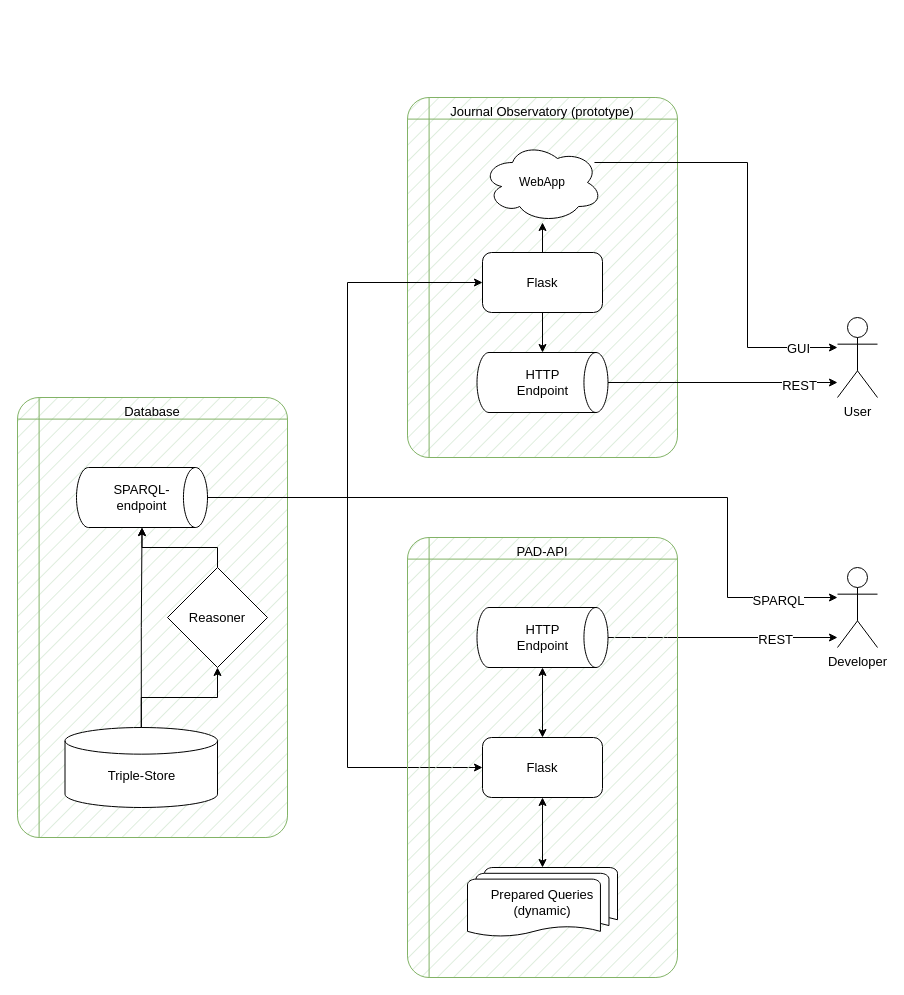
CWTSLeiden/Journal-Observatory-data keeps this draw.io diagram as page "Prototype" (2 of 3) of docs/job_prototype.drawio. Above is the earlier version. Source tidied: cells renumbered, new cells numbered last; positions are measured from the earlier drawing's top-left corner, leaving out a move shared by most shapes. Both pictures are drawn from the tidied source at 100%, with x=0, y=0 at pixel (17, 97).
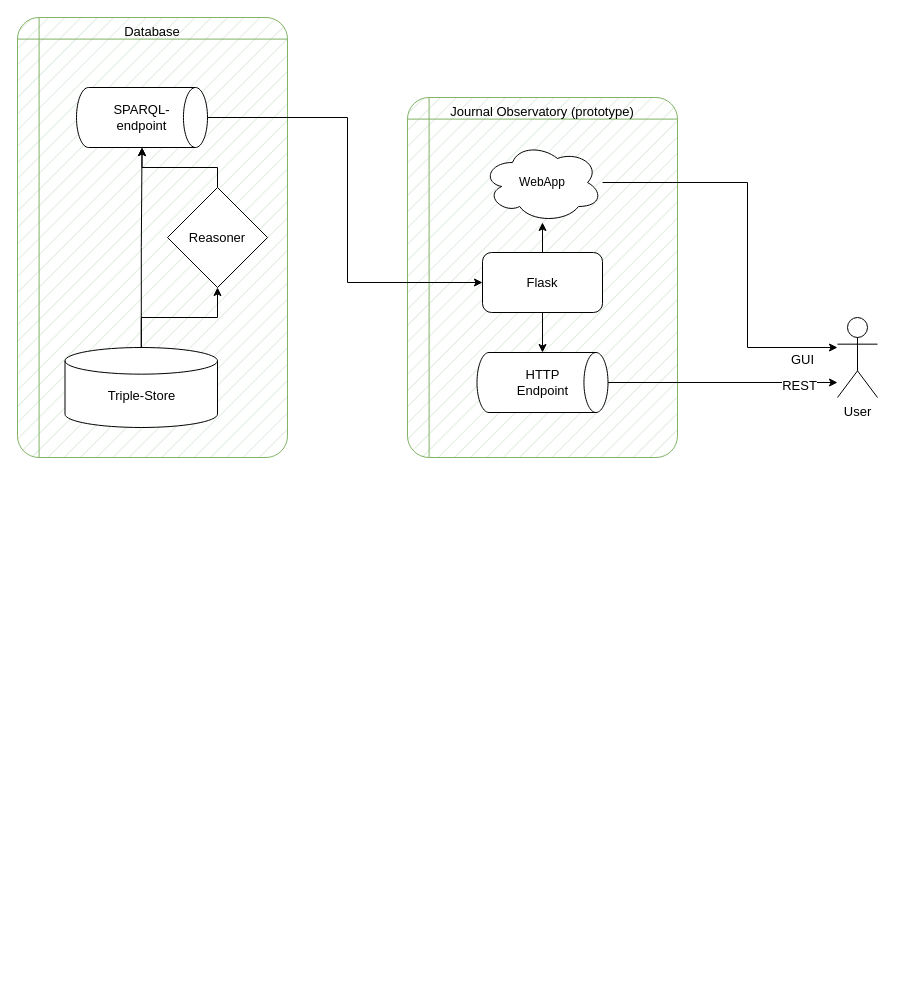
After the change.

Unchanged cells that the change refers to:
```xml
<mxCell id="5" value="SPARQL-&lt;br style=&quot;font-size: 13px;&quot;&gt;endpoint" style="strokeWidth=1;html=1;shape=mxgraph.flowchart.direct_data;whiteSpace=wrap;fontFamily=Helvetica;fontSize=13;fillColor=default;fontStyle=0;" parent="2" vertex="1">
  <mxGeometry x="59" y="70" width="131" height="60" as="geometry" />
</mxCell>
<mxCell id="16" value="Flask" style="rounded=1;whiteSpace=wrap;html=1;fillStyle=auto;fontFamily=Helvetica;fontSize=13;strokeWidth=1;fontStyle=0;" parent="13" vertex="1">
  <mxGeometry x="75" y="155" width="120" height="60" as="geometry" />
</mxCell>
<mxCell id="19" value="WebApp" style="ellipse;shape=cloud;whiteSpace=wrap;html=1;" parent="13" vertex="1">
  <mxGeometry x="75" y="45" width="120" height="80" as="geometry" />
</mxCell>
<mxCell id="20" value="User" style="shape=umlActor;verticalLabelPosition=bottom;verticalAlign=top;html=1;outlineConnect=0;fontSize=13;" parent="1" vertex="1">
  <mxGeometry x="820" y="220" width="40" height="80" as="geometry" />
</mxCell>
```

What changed in the source:
```diff
@@
     <mxCell id="2" style="group;fontSize=13;fontStyle=0;" parent="1" vertex="1">
-      <mxGeometry y="300" width="270" height="440" as="geometry" />
+      <mxGeometry y="-80" width="270" height="440" as="geometry" />
     </mxCell>
@@
-    <mxCell id="10" style="edgeStyle=orthogonalEdgeStyle;rounded=0;jettySize=auto;html=1;fontFamily=Helvetica;fontSize=13;fontStyle=0;" parent="1" edge="1" source="31" target="21">
-      <mxGeometry relative="1" as="geometry">
-        <Array as="points">
-          <mxPoint x="650" y="540" />
-          <mxPoint x="650" y="540" />
-        </Array>
-      </mxGeometry>
-    </mxCell>
-    <mxCell id="11" value="REST" style="edgeLabel;html=1;align=right;verticalAlign=middle;fontSize=13;fontFamily=Helvetica;fontStyle=0;" parent="10" vertex="1">
-      <mxGeometry x="0.87" y="-1" relative="1" as="geometry">
-        <mxPoint x="-30" as="offset" />
-      </mxGeometry>
-    </mxCell>
-    <mxCell id="12" style="edgeStyle=orthogonalEdgeStyle;rounded=0;jettySize=auto;html=1;fontFamily=Helvetica;fontSize=13;fontStyle=0;" parent="1" edge="1" source="5" target="35">
-      <mxGeometry relative="1" as="geometry">
-        <Array as="points">
-          <mxPoint x="330" y="400" />
-          <mxPoint x="330" y="670" />
-        </Array>
-      </mxGeometry>
-    </mxCell>
@@
-    <mxCell id="21" value="Developer" style="shape=umlActor;verticalLabelPosition=bottom;verticalAlign=top;html=1;outlineConnect=0;fontSize=13;" parent="1" vertex="1">
-      <mxGeometry x="820" y="470" width="40" height="80" as="geometry" />
-    </mxCell>
     <mxCell id="22" style="edgeStyle=orthogonalEdgeStyle;rounded=0;jettySize=auto;html=1;" parent="1" edge="1" source="5" target="16">
       <mxGeometry relative="1" as="geometry">
         <Array as="points">
-          <mxPoint x="330" y="400" />
+          <mxPoint x="330" y="20" />
           <mxPoint x="330" y="185" />
         </Array>
       </mxGeometry>
     </mxCell>
-    <mxCell id="23" style="edgeStyle=orthogonalEdgeStyle;rounded=0;jettySize=auto;html=1;fontFamily=Helvetica;fontSize=13;fontStyle=0;" parent="1" edge="1" source="5" target="21">
-      <mxGeometry relative="1" as="geometry">
-        <Array as="points">
-          <mxPoint x="710" y="400" />
-          <mxPoint x="710" y="500" />
-        </Array>
-      </mxGeometry>
-    </mxCell>
-    <mxCell id="24" value="SPARQL" style="edgeLabel;html=1;align=center;verticalAlign=middle;fontSize=13;" parent="23" vertex="1">
-      <mxGeometry x="0.9" y="-2" relative="1" as="geometry">
-        <mxPoint x="-24" as="offset" />
-      </mxGeometry>
-    </mxCell>
@@
     <mxCell id="27" style="edgeStyle=orthogonalEdgeStyle;rounded=0;jettySize=auto;html=1;" parent="1" edge="1" source="19" target="20">
       <mxGeometry relative="1" as="geometry">
         <Array as="points">
-          <mxPoint x="730" y="65" />
+          <mxPoint x="730" y="85" />
           <mxPoint x="730" y="250" />
         </Array>
       </mxGeometry>
     </mxCell>
@@
-    <mxCell id="29" style="group;" parent="1" vertex="1">
-      <mxGeometry x="390" y="440" width="270" height="440" as="geometry" />
-    </mxCell>
-    <mxCell id="30" value="&lt;div style=&quot;font-size: 13px;&quot;&gt;&lt;span style=&quot;background-color: initial; font-size: 13px;&quot;&gt;PAD-API&lt;/span&gt;&lt;/div&gt;" style="shape=internalStorage;whiteSpace=wrap;html=1;dx=15;dy=15;rounded=1;arcSize=8;strokeWidth=1;fontFamily=Helvetica;fontSize=13;align=center;verticalAlign=top;fillColor=#d5e8d4;fillStyle=hatch;strokeColor=#82b366;fontStyle=0;" parent="29" vertex="1">
-      <mxGeometry width="270" height="440" as="geometry" />
-    </mxCell>
-    <mxCell id="31" value="HTTP&lt;br style=&quot;font-size: 13px;&quot;&gt;Endpoint" style="strokeWidth=1;html=1;shape=mxgraph.flowchart.direct_data;whiteSpace=wrap;fontFamily=Helvetica;fontSize=13;fillColor=default;fontStyle=0;" parent="29" vertex="1">
-      <mxGeometry x="69.5" y="70" width="131" height="60" as="geometry" />
-    </mxCell>
-    <mxCell id="32" value="Prepared Queries&lt;br style=&quot;font-size: 13px;&quot;&gt;(dynamic)" style="strokeWidth=1;html=1;shape=mxgraph.flowchart.multi-document;whiteSpace=wrap;fillStyle=auto;fontFamily=Helvetica;fontSize=13;fontStyle=0;" parent="29" vertex="1">
-      <mxGeometry x="60" y="330" width="150" height="70" as="geometry" />
-    </mxCell>
-    <mxCell id="33" style="edgeStyle=orthogonalEdgeStyle;rounded=0;jettySize=auto;html=1;fontFamily=Helvetica;fontSize=13;startArrow=classic;startFill=1;fontStyle=0;" parent="29" edge="1" source="35" target="31">
-      <mxGeometry relative="1" as="geometry" />
-    </mxCell>
-    <mxCell id="34" style="edgeStyle=orthogonalEdgeStyle;rounded=0;jettySize=auto;html=1;fontFamily=Helvetica;fontSize=13;startArrow=classic;startFill=1;fontStyle=0;" parent="29" edge="1" source="35" target="32">
-      <mxGeometry relative="1" as="geometry" />
-    </mxCell>
-    <mxCell id="35" value="Flask" style="rounded=1;whiteSpace=wrap;html=1;fillStyle=auto;fontFamily=Helvetica;fontSize=13;strokeWidth=1;fontStyle=0;" parent="29" vertex="1">
-      <mxGeometry x="75" y="200" width="120" height="60" as="geometry" />
-    </mxCell>
```
